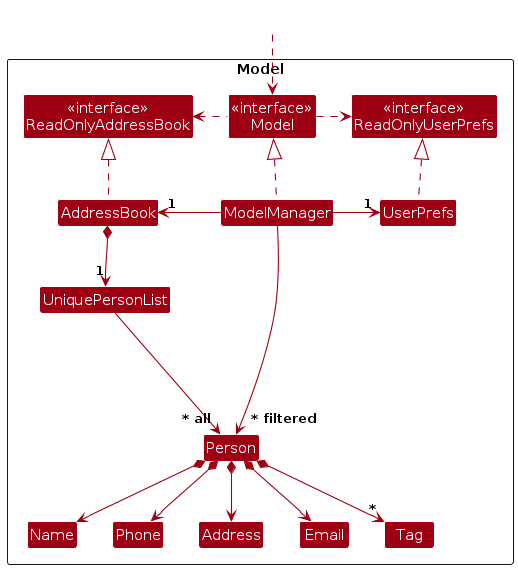
AY2627S1-CS2103T-W14-4/tp keeps this PlantUML diagram as diagrams/ModelClassDiagram.png. Above is the earlier version. Its source is kept beside it as diagrams/ModelClassDiagram.puml. Source of this version:
```plantuml
@startuml
!include style.puml
skinparam arrowThickness 1.1
skinparam arrowColor MODEL_COLOR
skinparam classBackgroundColor MODEL_COLOR

Package Model as ModelPackage <<Rectangle>>{
Class "<<interface>>\nReadOnlyAddressBook" as ReadOnlyAddressBook
Class "<<interface>>\nReadOnlyUserPrefs" as ReadOnlyUserPrefs
Class "<<interface>>\nModel" as Model
Class AddressBook
Class ModelManager
Class UserPrefs

Class UniquePersonList
Class Person
Class Address
Class Email
Class Name
Class Phone
Class Tag

Class I #FFFFFF
}

Class HiddenOutside #FFFFFF
HiddenOutside ..> Model

AddressBook .up.|> ReadOnlyAddressBook

ModelManager .up.|> Model
Model .right.> ReadOnlyUserPrefs
Model .left.> ReadOnlyAddressBook
ModelManager -left-> "1" AddressBook
ModelManager -right-> "1" UserPrefs
UserPrefs .up.|> ReadOnlyUserPrefs

AddressBook *--> "1" UniquePersonList
UniquePersonList --> "~* all" Person
Person *--> Name
Person *--> Phone
Person *--> Email
Person *--> Address
Person *--> "*" Tag

Person -[hidden]up--> I
UniquePersonList -[hidden]right-> I

Name -[hidden]right-> Phone
Phone -[hidden]right-> Address
Address -[hidden]right-> Email

ModelManager --> "~* filtered" Person
@enduml
```
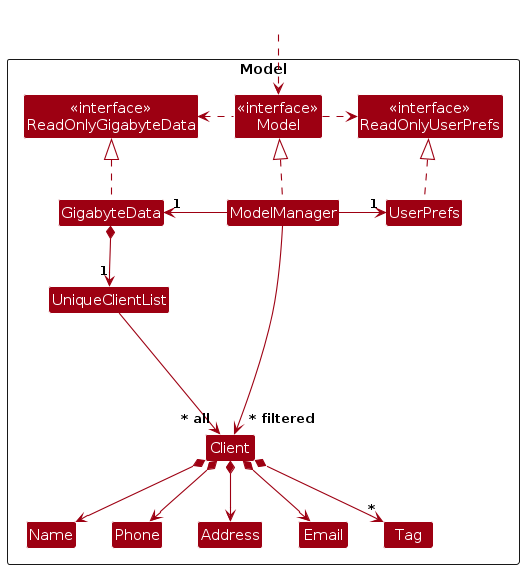
After the change.

Change to the diagram source:
```diff
@@ -5,15 +5,15 @@
 skinparam classBackgroundColor MODEL_COLOR
 
 Package Model as ModelPackage <<Rectangle>>{
-Class "<<interface>>\nReadOnlyAddressBook" as ReadOnlyAddressBook
+Class "<<interface>>\nReadOnlyGigabyteData" as ReadOnlyGigabyteData
 Class "<<interface>>\nReadOnlyUserPrefs" as ReadOnlyUserPrefs
 Class "<<interface>>\nModel" as Model
-Class AddressBook
+Class GigabyteData
 Class ModelManager
 Class UserPrefs
 
-Class UniquePersonList
-Class Person
+Class UniqueClientList
+Class Client
 Class Address
 Class Email
 Class Name
@@ -26,29 +26,29 @@
 Class HiddenOutside #FFFFFF
 HiddenOutside ..> Model
 
-AddressBook .up.|> ReadOnlyAddressBook
+GigabyteData .up.|> ReadOnlyGigabyteData
 
 ModelManager .up.|> Model
 Model .right.> ReadOnlyUserPrefs
-Model .left.> ReadOnlyAddressBook
-ModelManager -left-> "1" AddressBook
+Model .left.> ReadOnlyGigabyteData
+ModelManager -left-> "1" GigabyteData
 ModelManager -right-> "1" UserPrefs
 UserPrefs .up.|> ReadOnlyUserPrefs
 
-AddressBook *--> "1" UniquePersonList
-UniquePersonList --> "~* all" Person
-Person *--> Name
-Person *--> Phone
-Person *--> Email
-Person *--> Address
-Person *--> "*" Tag
+GigabyteData *--> "1" UniqueClientList
+UniqueClientList --> "~* all" Client
+Client *--> Name
+Client *--> Phone
+Client *--> Email
+Client *--> Address
+Client *--> "*" Tag
 
-Person -[hidden]up--> I
-UniquePersonList -[hidden]right-> I
+Client -[hidden]up--> I
+UniqueClientList -[hidden]right-> I
 
 Name -[hidden]right-> Phone
 Phone -[hidden]right-> Address
 Address -[hidden]right-> Email
 
-ModelManager --> "~* filtered" Person
+ModelManager --> "~* filtered" Client
 @enduml
```
